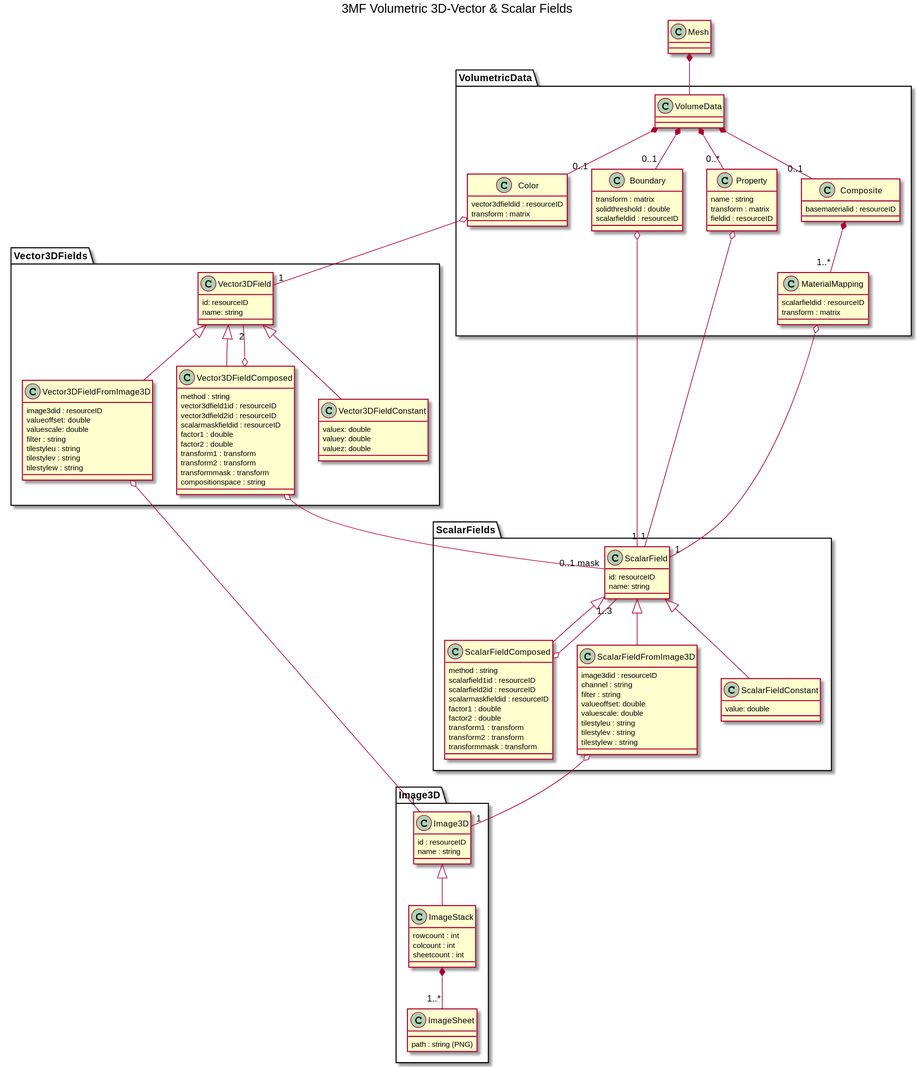
Above: Volumetric class diagram/Volumetric class diagram.svg in 3MFConsortium/spec_volumetric (PlantUML), before the change.
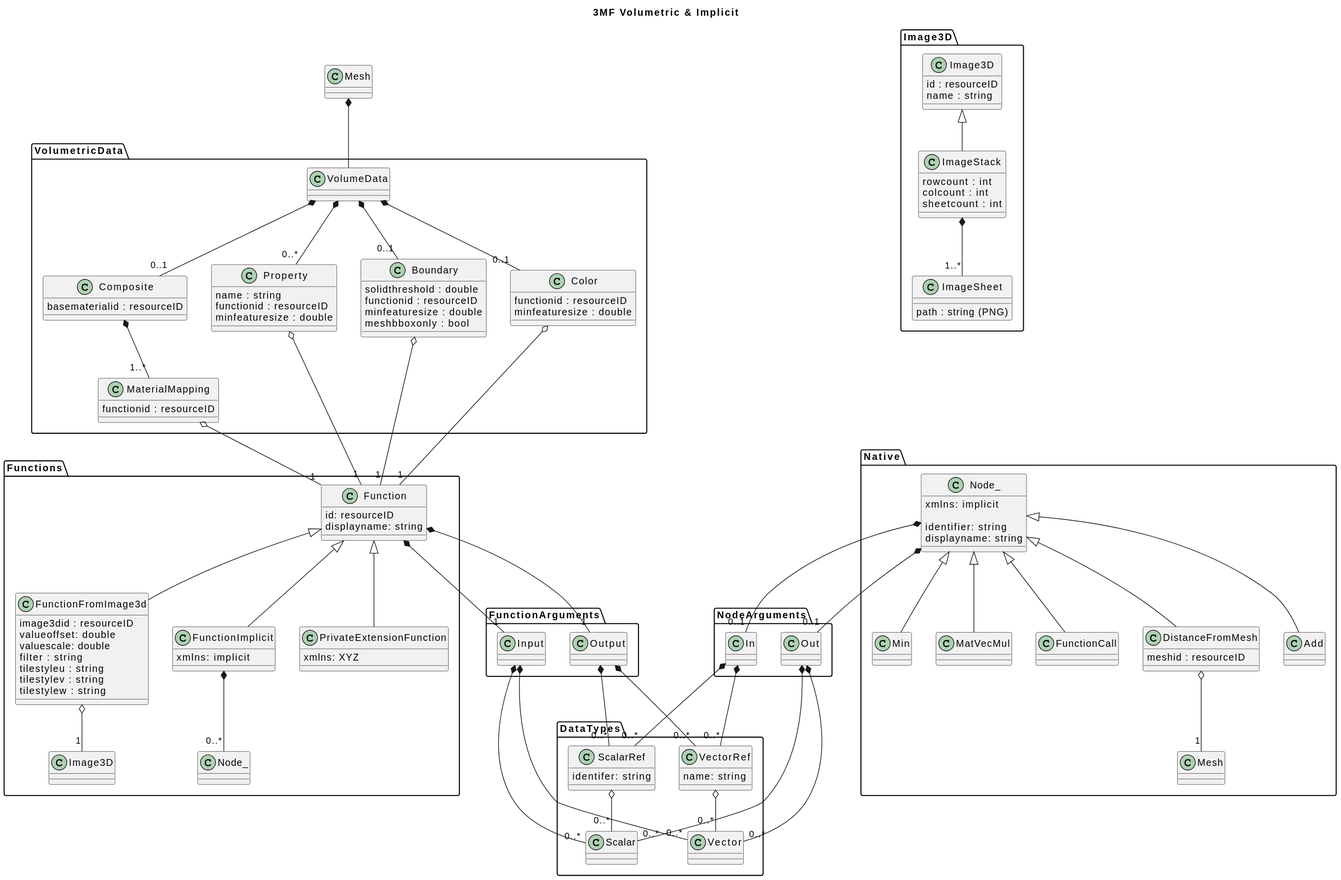
The same file after the commit.

Commit message:
Adding plantuml class diagram as overview for implicit

Diff of the diagram source:
```diff
@@ -1,10 +1,9 @@
 @startuml
-
-title 3MF Volumetric 3D-Vector & Scalar Fields
+title 3MF Volumetric & Implicit
 
 package Image3D
 {
-    class Image3D
+    Class Image3D
     {
         id : resourceID
         name : string
@@ -25,71 +24,69 @@
     ImageStack *-- "1..*" ImageSheet
 }
 
-package ScalarFields
+package DataTypes
 {
-    Class ScalarField
+    Class ScalarRef
     {
-        id: resourceID
+        identifer: string
+    }
+
+    Class VectorRef
+    {
         name: string
     }
 
-    Class ScalarFieldComposed extends ScalarField
+    class Scalar{}
+    class Vector{}
+
+    ScalarRef o-- "0..*" Scalar
+    VectorRef o-- "0..*" Vector
+}
+
+package FunctionArguments
+{
+    Class Input
     {
-        method : string
-        scalarfield1id : resourceID
-        scalarfield2id : resourceID
-        scalarmaskfieldid : resourceID
-        factor1 : double
-        factor2 : double
-        transform1 : transform
-        transform2 : transform
-        transformmask : transform
+
+    }
+    Class Output
+    {
+
+    }
+    Input *-- "0..*" Scalar
+    Input *-- "0..*" Vector
+    Output *-- "0..*" ScalarRef
+    Output *-- "0..*" VectorRef
+}
+
+package NodeArguments
+{
+    Class In
+    {
+
+    }
+    Class Out
+    {
+
+    }
+    Out *-- "0..*" Scalar
+    Out *-- "0..*" Vector
+    In *-- "0..*" ScalarRef
+    In *-- "0..*" VectorRef
+}
+
+package Functions
+{
+    Class Function
+    {
+        id: resourceID
+        displayname: string
     }
 
-    Class ScalarFieldFromImage3D extends ScalarField
-    {
-        image3did : resourceID
-        channel : string
-        filter : string
-        valueoffset: double
-        valuescale: double
-        tilestyleu : string
-        tilestylev : string
-        tilestylew : string
-    }
+    Function *-- "1" Input
+    Function *-- "1" Output
 
-    Class ScalarFieldConstant extends ScalarField
-    {
-        value: double
-    }
-
-    ScalarFieldComposed o-- "1..3" ScalarField
-    ScalarFieldFromImage3D o-- "1" Image3D
-}
-
-package Vector3DFields
-{
-    Class Vector3DField
-    {
-        id: resourceID
-        name: string
-    }
-
-    Class Vector3DFieldComposed extends Vector3DField
-    {
-        method : string
-        vector3dfield1id : resourceID
-        vector3dfield2id : resourceID
-        scalarmaskfieldid : resourceID
-        factor1 : double
-        factor2 : double
-        transform1 : transform
-        transform2 : transform
-        transformmask : transform
-        compositionspace : string
-    }
-
-    Class Vector3DFieldFromImage3D extends Vector3DField
+    Class FunctionFromImage3d extends Function
     {
         image3did : resourceID
         valueoffset: double
@@ -99,17 +96,54 @@
         tilestylev : string
         tilestylew : string
     }
+    FunctionFromImage3d o-- "1" Image3D
 
-    Class Vector3DFieldConstant extends Vector3DField
+    Class FunctionImplicit extends Function
     {
-        valuex: double
-        valuey: double
-        valuez: double
+        xmlns: implicit
+    }
+    FunctionImplicit *-- "0..*" Node_
+
+    Class PrivateExtensionFunction extends Function
+    {
+        xmlns: XYZ
+    }
+}
+
+package Native
+{
+    Class Node_
+    {
+        xmlns: implicit
+
+        identifier: string
+        displayname: string
     }
 
-    Vector3DFieldComposed o-- "2" Vector3DField
-    Vector3DFieldComposed o-- "0..1 mask" ScalarField
-    Vector3DFieldFromImage3D o-- "1" Image3D
+    Class Add extends Node_
+    {
+    }
+
+    Class Min extends Node_
+    {
+    }
+
+    Class MatVecMul extends Node_
+    {
+    }
+
+    Class FunctionCall extends Node_
+    {
+    }
+
+    Class DistanceFromMesh extends Node_
+    {
+        meshid : resourceID
+    }
+    DistanceFromMesh o-- "1" Mesh
+
+    Node_ *-- "0..1" In
+    Node_ *-- "0..1" Out
 }
 
 package VolumetricData
@@ -118,22 +152,23 @@
 
     Class Boundary
     {
-        transform : matrix
         solidthreshold : double
-        scalarfieldid : resourceID
+        functionid : resourceID
+        minfeaturesize : double
+        meshbboxonly : bool
     }
 
     Class Color
     {
-        vector3dfieldid : resourceID
-        transform : matrix
+        functionid : resourceID
+        minfeaturesize : double
     }
 
     Class Property
     {
         name : string
-        transform : matrix
-        fieldid : resourceID
+        functionid : resourceID
+        minfeaturesize : double
     }
 
     Class Composite
@@ -143,8 +178,7 @@
 
     Class MaterialMapping
     {
-        scalarfieldid : resourceID
-        transform : matrix
+        functionid : resourceID
     }
 
     VolumeData *-- "0..1" Boundary
@@ -153,13 +187,12 @@
     VolumeData *-- "0..1" Composite
     Composite *-- "1..*" MaterialMapping
 
-    Boundary o-- "1" ScalarField
-    Color o-- "1" Vector3DField
-    Property o-- "1" ScalarField
-    MaterialMapping o-- "1" ScalarField
+    Boundary o-- "1" Function
+    Color o-- "1" Function
+    Property o-- "1" Function
+    MaterialMapping o-- "1" Function
 }
 
 Class Mesh
 Mesh *-- VolumeData
-
 @enduml
```
